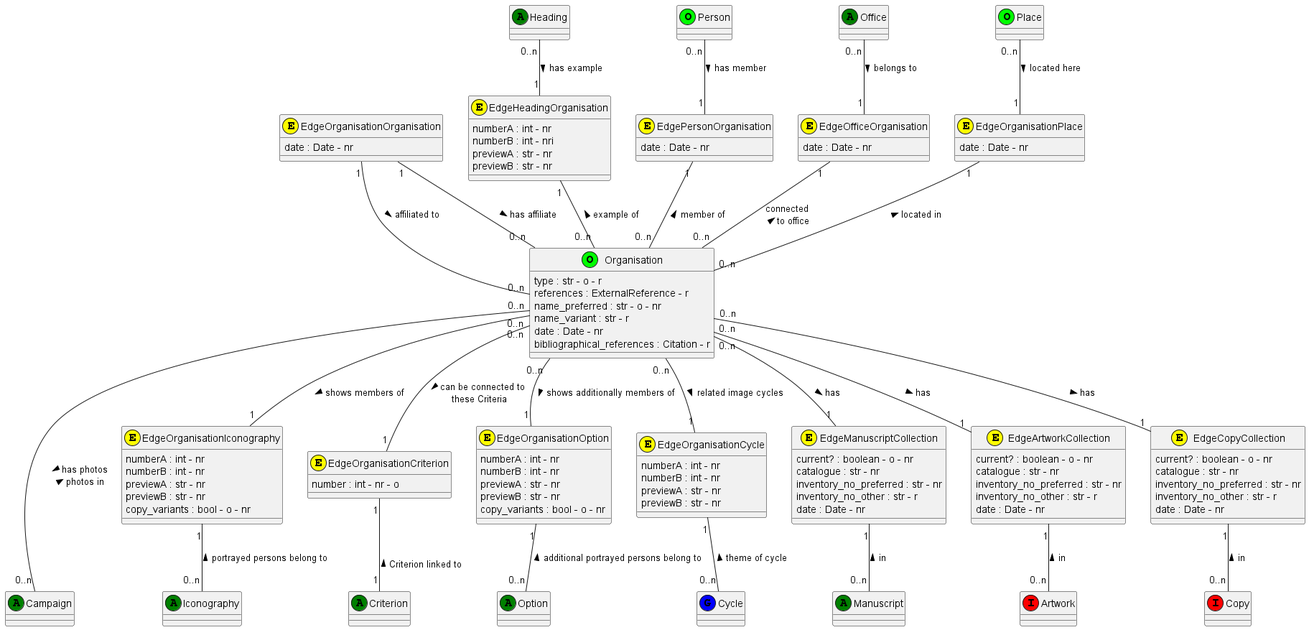
This is documentation/class_diagrams/Organisation.png from tmasch/bpf_be, a PlantUML export, as it was before one commit.
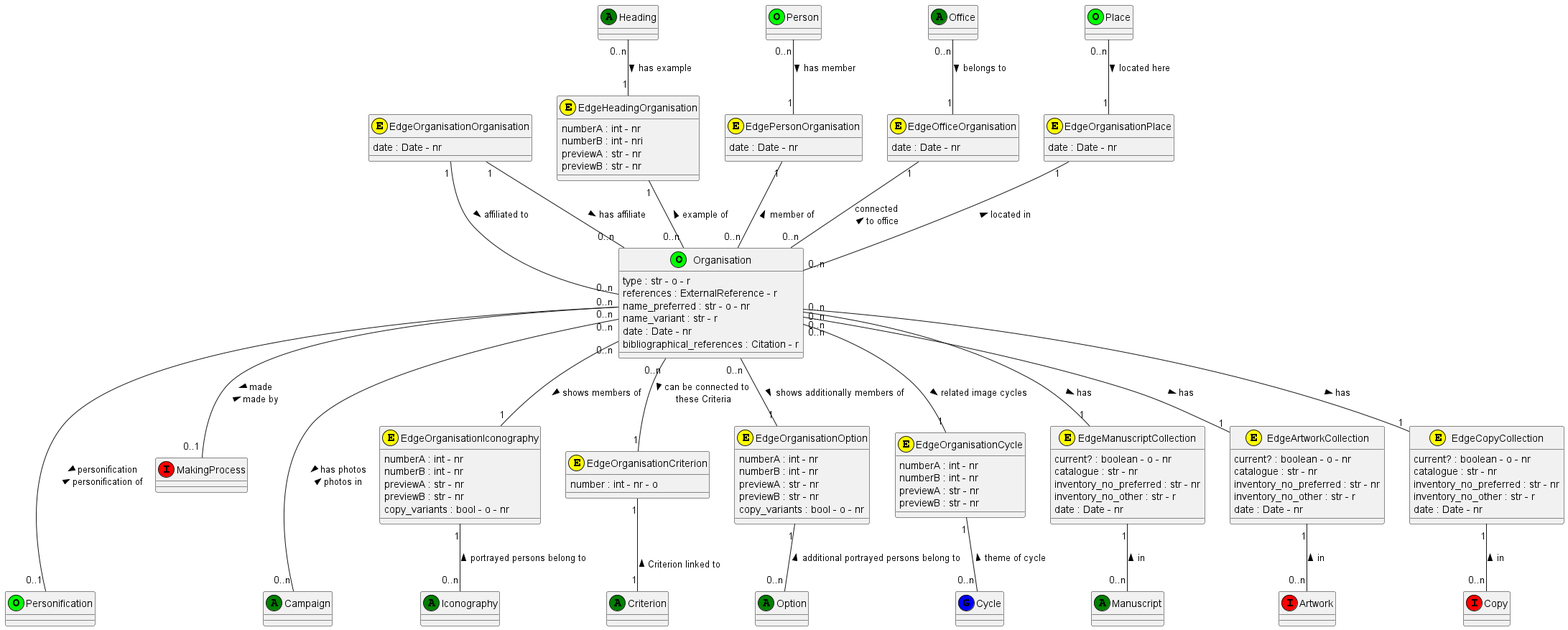
After the commit.

Change to the diagram source:
```diff
@@ -12,6 +12,8 @@
 
 class Office <<(A,green)>>
 
+class Personification <<(O,lime)>>
+
 class Place <<(O,lime)>>
 
 class Iconography <<(A,green)>>
@@ -23,6 +25,8 @@
 class Cycle <<(G,blue)>>
 
 class Artwork <<(I,red)>>
+
+class MakingProcess <<(I,red)>>
 
 class Manuscript <<(A,green)>>
 
@@ -110,6 +114,8 @@
 Place "0..n" -- "1" EdgeOrganisationPlace : located here >
 EdgeOrganisationPlace "1" -- "0..n" Organisation : located in <
 
+Organisation "0..n" --- "0..1" Personification: > personification \n personification of <
+
 Organisation "0..n" -- "1" EdgeOrganisationIconography : shows members of >
 EdgeOrganisationIconography "1" -- "0..n" Iconography : portrayed persons belong to <
 
@@ -126,6 +132,8 @@
 Organisation "0..n" -- "1" EdgeArtworkCollection : has >
 EdgeArtworkCollection "1" -- "0..n" Artwork : in <
 
+Organisation "0..n" -- "0..1" MakingProcess : > made \n  made by <
+
 Organisation "0..n" -- "1" EdgeManuscriptCollection : has >
 EdgeManuscriptCollection "1" -- "0..n" Manuscript : in <
 
```
